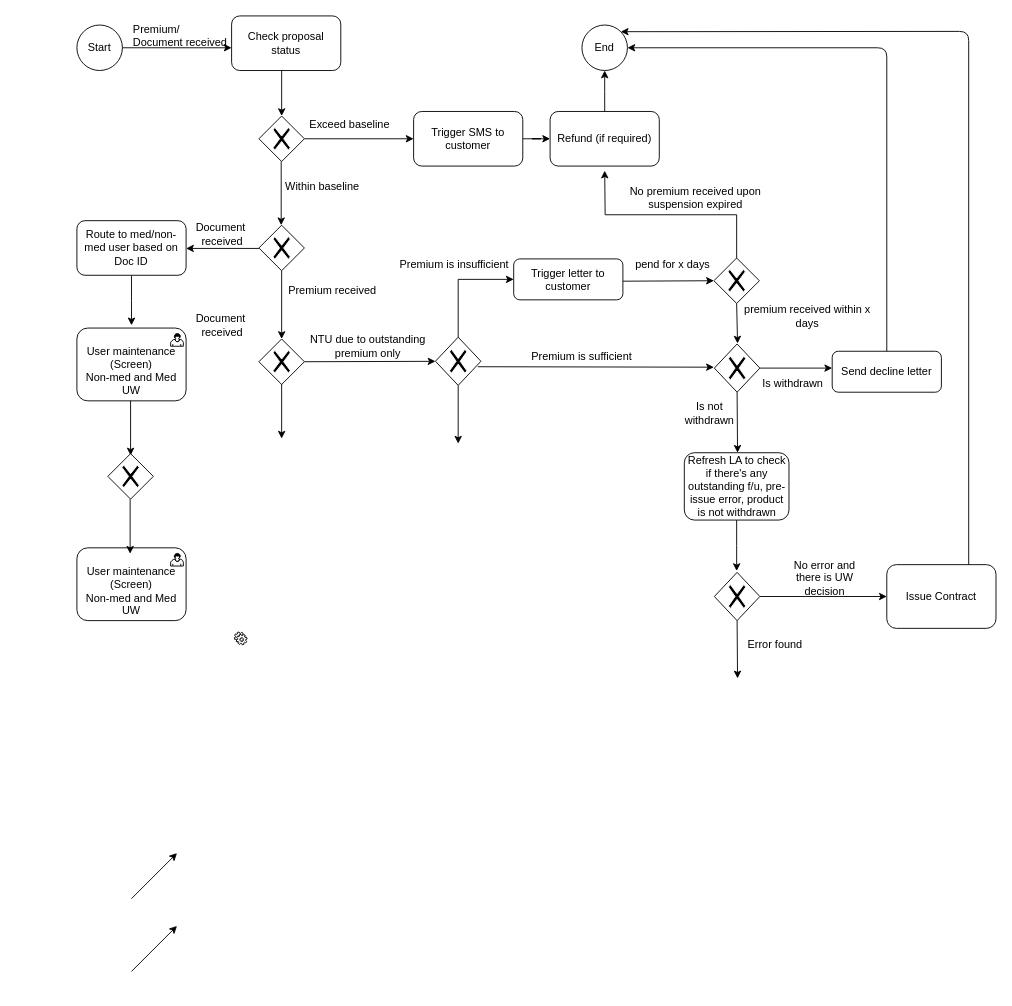
The draw.io diagram page "NTU Reopen" (9 of 9) of Untitled Diagram.drawio in Jefferzonlee/WorkFlow-BPR, before the edit. Source tidied: cells renumbered, new cells numbered last; positions are measured from the earlier drawing's top-left corner, leaving out a move shared by most shapes. Both pictures are drawn from the tidied source at 91%, with x=0, y=0 at pixel (76, 15).
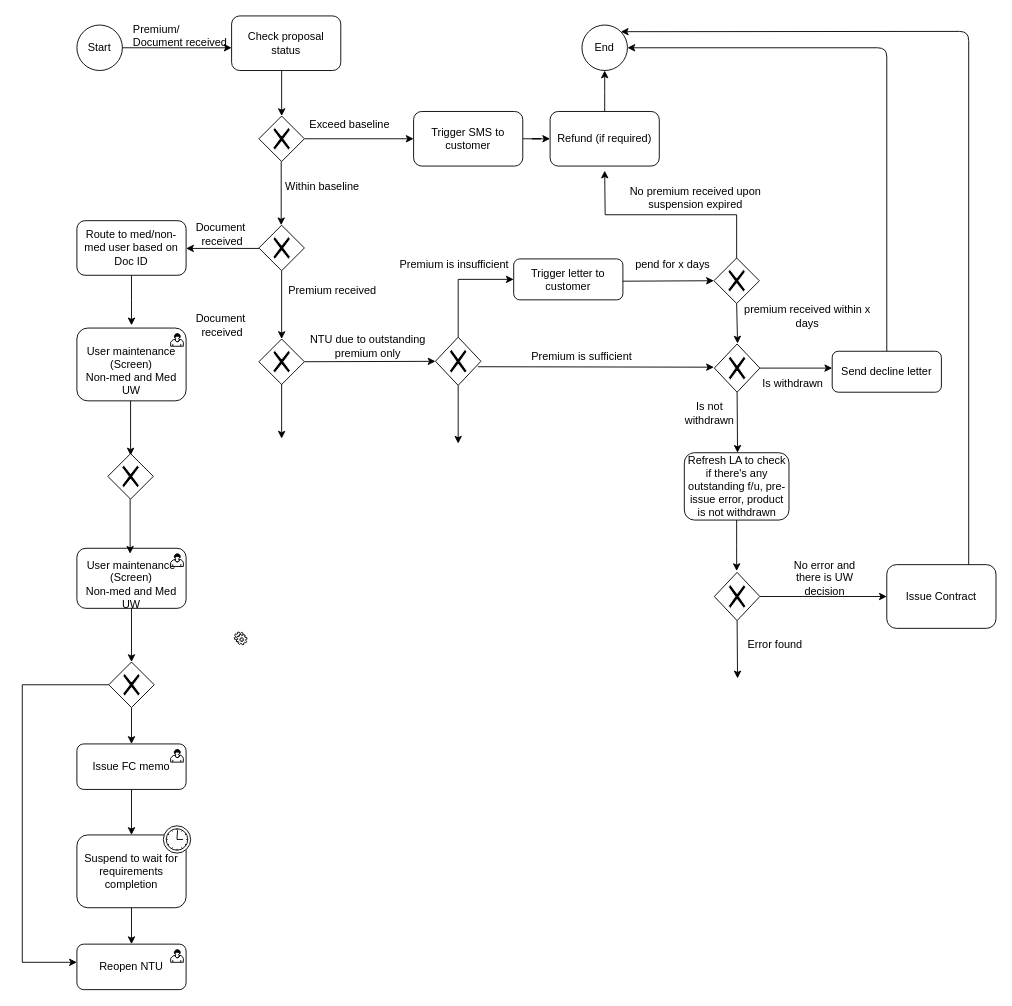
After the change.

Diff of the diagram source:
```diff
@@
-    <mxCell id="61" style="endArrow=classic;html=1;" parent="1" edge="1">
-      <mxGeometry relative="1" as="geometry">
-        <mxPoint x="60" y="970" as="sourcePoint" />
-        <mxPoint x="110" y="920" as="targetPoint" />
-      </mxGeometry>
-    </mxCell>
-    <mxCell id="62" style="endArrow=classic;html=1;" parent="1" edge="1">
-      <mxGeometry relative="1" as="geometry">
-        <mxPoint x="60" y="1050" as="sourcePoint" />
-        <mxPoint x="110" y="1000" as="targetPoint" />
-      </mxGeometry>
-    </mxCell>
@@
+    <mxCell id="71" style="edgeStyle=orthogonalEdgeStyle;rounded=0;jettySize=auto;html=1;entryX=0.5;entryY=0;entryDx=0;entryDy=0;" parent="1" edge="1" source="67" target="74">
+      <mxGeometry relative="1" as="geometry" />
+    </mxCell>
     <mxCell id="67" value="&lt;br&gt;&amp;nbsp;User maintenance&amp;nbsp; (Screen)&lt;br&gt;Non-med and Med UW&lt;br&gt;" style="html=1;whiteSpace=wrap;rounded=1;" parent="1" vertex="1">
-      <mxGeometry y="584.5" width="120" height="80" as="geometry" />
+      <mxGeometry y="585" width="120" height="66" as="geometry" />
     </mxCell>
@@
+    <mxCell id="72" style="edgeStyle=orthogonalEdgeStyle;rounded=0;jettySize=auto;html=1;" parent="1" edge="1" source="74" target="76">
+      <mxGeometry relative="1" as="geometry" />
+    </mxCell>
+    <mxCell id="73" style="edgeStyle=orthogonalEdgeStyle;rounded=0;jettySize=auto;html=1;entryX=0;entryY=0.4;entryDx=0;entryDy=0;entryPerimeter=0;" parent="1" edge="1" source="74" target="81">
+      <mxGeometry relative="1" as="geometry">
+        <Array as="points">
+          <mxPoint x="-60" y="735" />
+          <mxPoint x="-60" y="1040" />
+        </Array>
+      </mxGeometry>
+    </mxCell>
+    <mxCell id="74" style="shape=mxgraph.bpmn.shape;html=1;verticalLabelPosition=bottom;labelBackgroundColor=#ffffff;verticalAlign=top;align=center;perimeter=rhombusPerimeter;background=gateway;outlineConnect=0;outline=none;symbol=exclusiveGw;" parent="1" vertex="1">
+      <mxGeometry x="35" y="710" width="50" height="50" as="geometry" />
+    </mxCell>
+    <mxCell id="75" style="edgeStyle=orthogonalEdgeStyle;rounded=0;jettySize=auto;html=1;" parent="1" edge="1" source="76" target="79">
+      <mxGeometry relative="1" as="geometry" />
+    </mxCell>
+    <mxCell id="76" value="Issue FC memo&lt;br&gt;" style="html=1;whiteSpace=wrap;rounded=1;" parent="1" vertex="1">
+      <mxGeometry y="800" width="120" height="50" as="geometry" />
+    </mxCell>
+    <mxCell id="77" style="html=1;shape=mxgraph.bpmn.user_task;" parent="76" vertex="1">
+      <mxGeometry width="14" height="14" relative="1" as="geometry">
+        <mxPoint x="103" y="6" as="offset" />
+      </mxGeometry>
+    </mxCell>
+    <mxCell id="78" style="edgeStyle=orthogonalEdgeStyle;rounded=0;jettySize=auto;html=1;" parent="1" edge="1" source="79" target="81">
+      <mxGeometry relative="1" as="geometry" />
+    </mxCell>
+    <mxCell id="79" value="Suspend to wait for requirements completion&lt;br&gt;" style="html=1;whiteSpace=wrap;rounded=1;" parent="1" vertex="1">
+      <mxGeometry y="900" width="120" height="80" as="geometry" />
+    </mxCell>
+    <mxCell id="80" style="shape=mxgraph.bpmn.timer_start;perimeter=ellipsePerimeter;html=1;labelPosition=right;labelBackgroundColor=#ffffff;align=left;" parent="1" vertex="1">
+      <mxGeometry x="95" y="890" width="30" height="30" as="geometry">
+        <mxPoint x="-15" y="10" as="offset" />
+      </mxGeometry>
+    </mxCell>
+    <mxCell id="81" value="Reopen NTU&lt;br&gt;" style="html=1;whiteSpace=wrap;rounded=1;" parent="1" vertex="1">
+      <mxGeometry y="1020" width="120" height="50" as="geometry" />
+    </mxCell>
+    <mxCell id="82" style="html=1;shape=mxgraph.bpmn.user_task;" parent="81" vertex="1">
+      <mxGeometry width="14" height="14" relative="1" as="geometry">
+        <mxPoint x="103" y="6" as="offset" />
+      </mxGeometry>
+    </mxCell>
```
